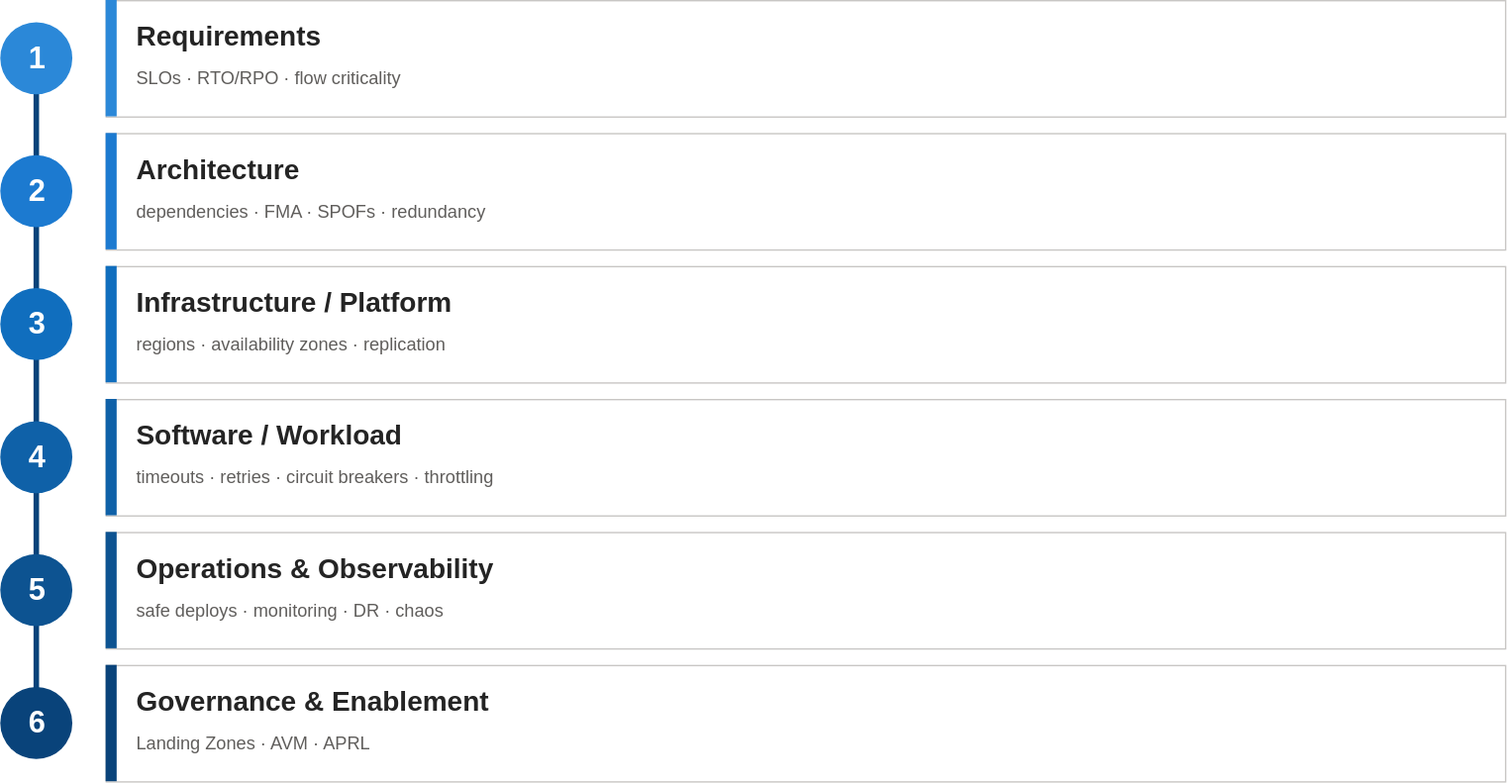
Before: slides/img/layers-roadmap.drawio.svg, a diagram exported from draw.io (codebytes/azure-resiliency). Source tidied: cells renumbered, new cells last; positions are measured from the earlier drawing's top-left corner, leaving out a move shared by most shapes.
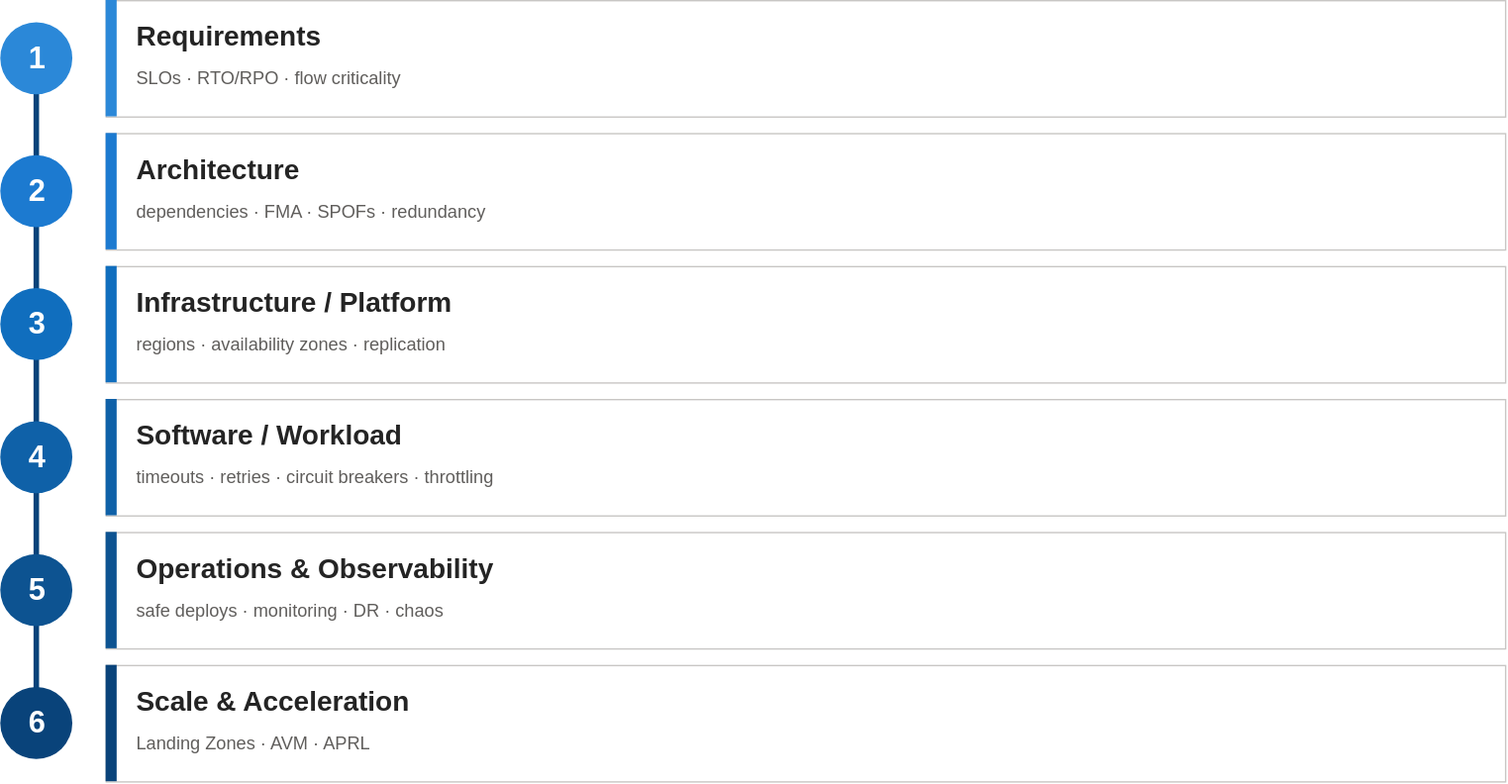
The same file after the commit.

Commit message:
Reframe final layer as Scale & Acceleration capstone

The last layer previously read as a governance/enablement end-phase. Reframe it around scaling effort: Landing Zones, AVM, and APRL make the reliability designed in layers 1-5 repeatable across many workloads with less effort. Rename the roadmap layer and divider to 'Scale & Acceleration' and update the journey caption.


Copilot-Session: 7f7a62f2-ecca-4d3d-8bd6-f2ddf04ab253

Change to the diagram source:
```diff
@@ -74,7 +74,7 @@
     <mxCell id="24" value="safe deploys · monitoring · DR · chaos" style="text;html=1;align=left;verticalAlign=middle;fontSize=13;fontColor=#605e5c;" parent="1" vertex="1">
       <mxGeometry x="96" y="428" width="850" height="24" as="geometry" />
     </mxCell>
-    <mxCell id="25" value="Governance &amp; Enablement" style="text;html=1;align=left;verticalAlign=middle;fontSize=20;fontStyle=1;fontColor=#242424;" parent="1" vertex="1">
+    <mxCell id="25" value="Scale &amp; Acceleration" style="text;html=1;align=left;verticalAlign=middle;fontSize=20;fontStyle=1;fontColor=#242424;" parent="1" vertex="1">
       <mxGeometry x="96" y="488" width="850" height="34" as="geometry" />
     </mxCell>
     <mxCell id="26" value="Landing Zones · AVM · APRL" style="text;html=1;align=left;verticalAlign=middle;fontSize=13;fontColor=#605e5c;" parent="1" vertex="1">
```
